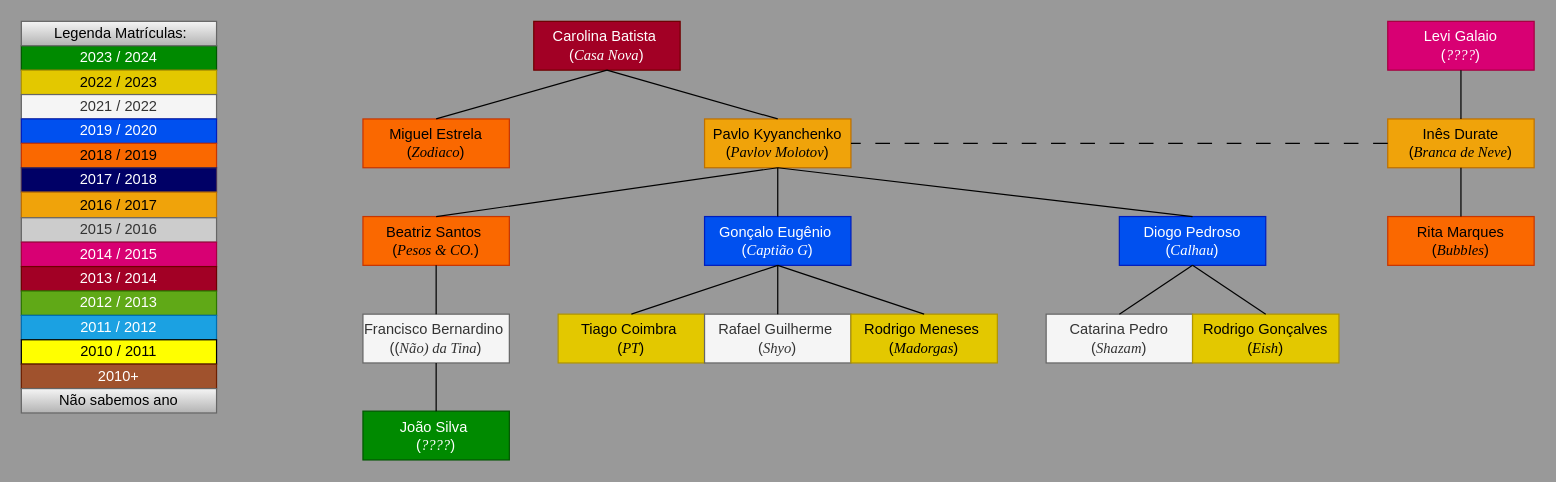
This is Draw.io/Familia_da_Carolina_Batista.drawio from pdmtmr/PDMTMRTESTLOCATION-AKA-ARBUSTO, a draw.io file, before an edit. Source tidied: cells renumbered, new cells numbered last; positions are measured from the earlier drawing's top-left corner, leaving out a move shared by most shapes. Both pictures are drawn from the tidied source at 122%, with x=0, y=0 at pixel (21, 21).
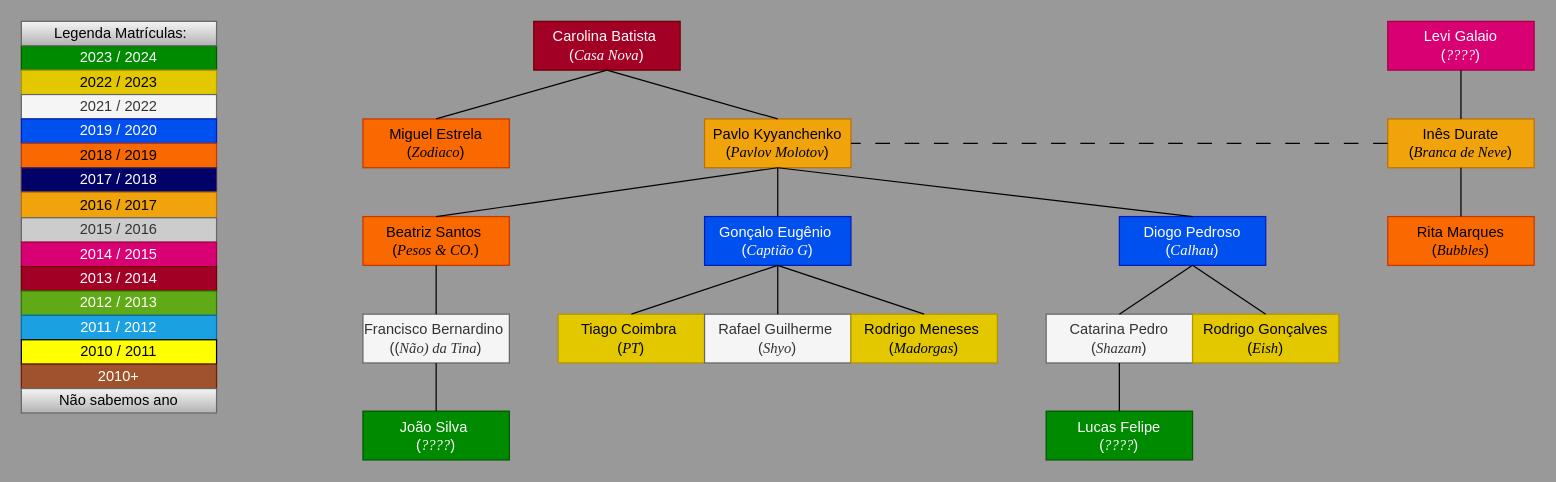
Above is the later version.

The change refers to these unchanged cells:
```xml
<mxCell id="25" value="&lt;div&gt;Catarina Pedro&lt;/div&gt;&lt;div&gt;(&lt;font face=&quot;Times New Roman&quot;&gt;&lt;i&gt;Shazam&lt;/i&gt;&lt;/font&gt;)&lt;/div&gt;" style="rounded=0;whiteSpace=wrap;html=1;fillColor=#f5f5f5;fontColor=#333333;strokeColor=#666666;" parent="1" vertex="1">
  <mxGeometry x="840" y="240" width="120" height="40" as="geometry" />
</mxCell>
```

What changed in the source:
```diff
@@
+    <mxCell id="49" value="&lt;div&gt;&lt;span style=&quot;background-color: initial;&quot;&gt;Lucas Felipe&lt;/span&gt;&lt;/div&gt;&lt;div&gt;&lt;span style=&quot;background-color: initial;&quot;&gt;(&lt;font face=&quot;Times New Roman&quot;&gt;&lt;i&gt;????&lt;/i&gt;&lt;/font&gt;&lt;/span&gt;&lt;span style=&quot;background-color: initial;&quot;&gt;)&lt;/span&gt;&lt;/div&gt;" style="rounded=0;whiteSpace=wrap;html=1;fillColor=#008a00;fontColor=#ffffff;strokeColor=#005700;" parent="1" vertex="1">
+      <mxGeometry x="840" y="319.5" width="120" height="40" as="geometry" />
+    </mxCell>
+    <mxCell id="50" style="endArrow=none;html=1;rounded=0;exitX=0.5;exitY=1;exitDx=0;exitDy=0;entryX=0.5;entryY=0;entryDx=0;entryDy=0;" parent="1" edge="1" source="25" target="49">
+      <mxGeometry relative="1" as="geometry" />
+    </mxCell>
```
